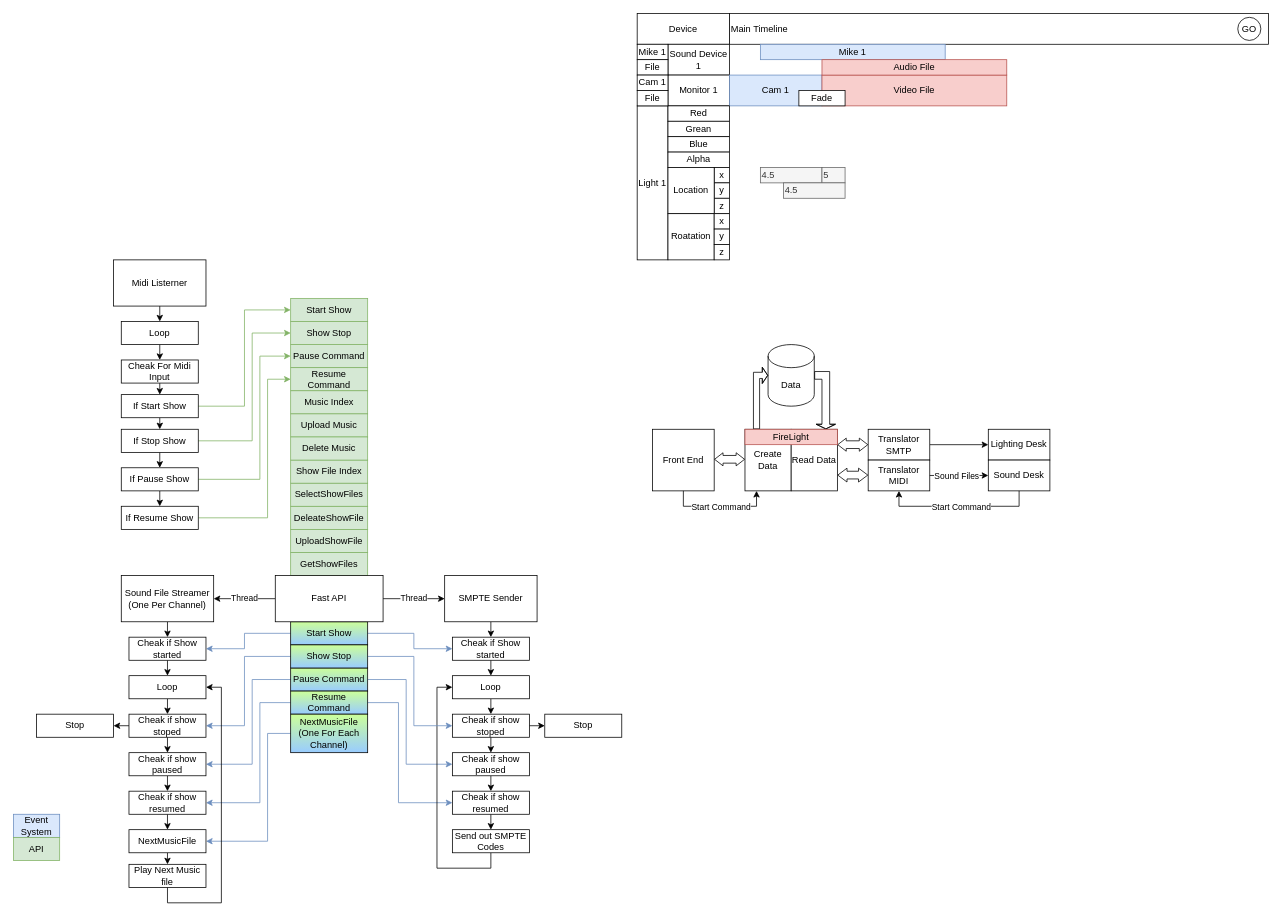
This is Mood Board.drawio from Firelight-Stage-Systems/Firelight-Stage-Systems, a draw.io file, before an edit. Source tidied: cells renumbered, new cells numbered last; positions are measured from the earlier drawing's top-left corner, leaving out a move shared by most shapes. Both pictures are drawn from the tidied source at 77%, with x=0, y=0 at pixel (13, 13).
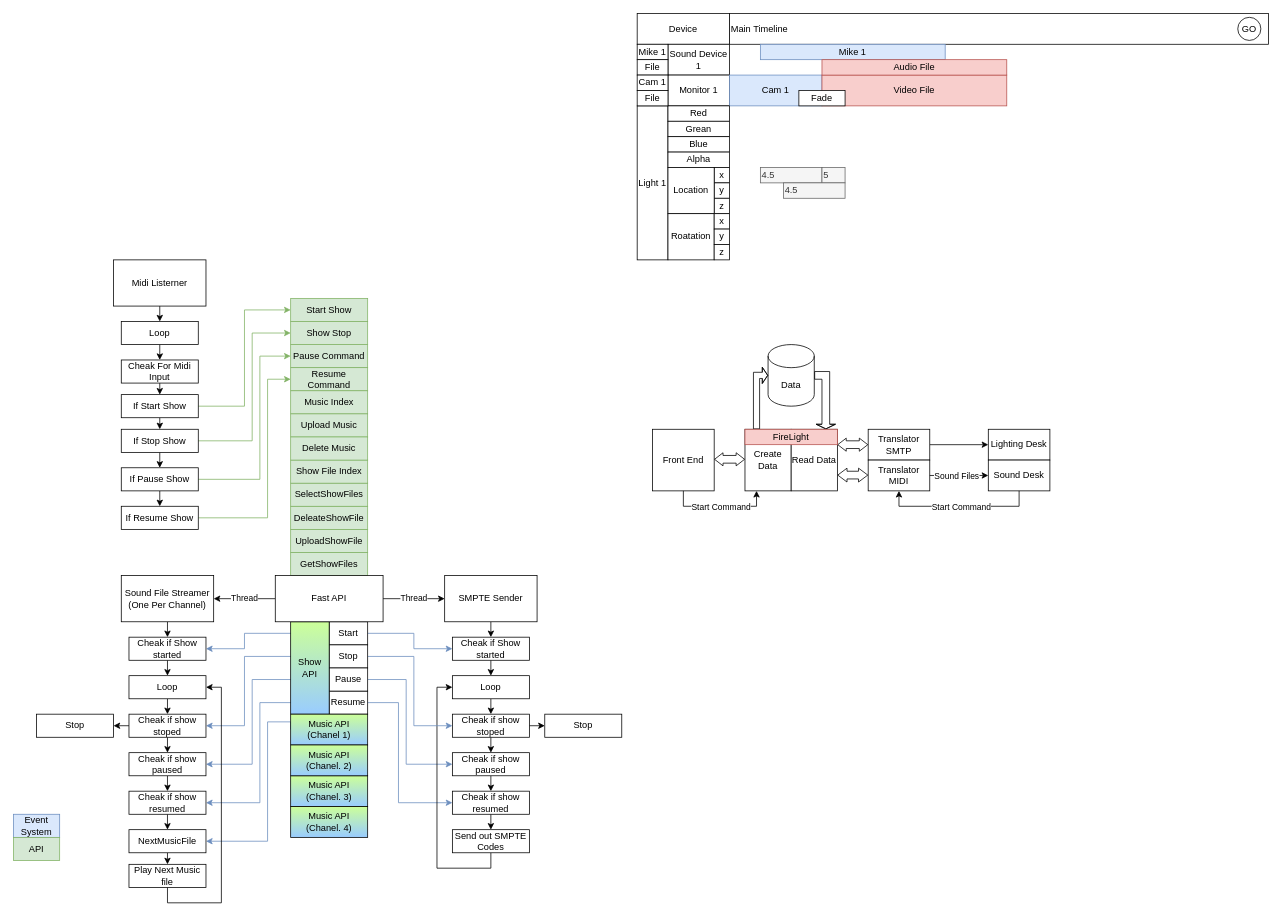
After the change.

Commit message:
Update API Defanition

The change refers to these unchanged cells:
```xml
<mxCell id="67" value="Cheak if Show started" style="rounded=0;whiteSpace=wrap;html=1;" parent="1" vertex="1">
  <mxGeometry x="570" y="810" width="100" height="30" as="geometry" />
</mxCell>
<mxCell id="74" value="Cheak if show stoped" style="rounded=0;whiteSpace=wrap;html=1;" parent="1" vertex="1">
  <mxGeometry x="570" y="910" width="100" height="30" as="geometry" />
</mxCell>
<mxCell id="76" value="Cheak if show paused" style="rounded=0;whiteSpace=wrap;html=1;" parent="1" vertex="1">
  <mxGeometry x="570" y="960" width="100" height="30" as="geometry" />
</mxCell>
<mxCell id="82" value="Cheak if show resumed" style="rounded=0;whiteSpace=wrap;html=1;" parent="1" vertex="1">
  <mxGeometry x="570" y="1010" width="100" height="30" as="geometry" />
</mxCell>
<mxCell id="88" value="Cheak if Show started" style="rounded=0;whiteSpace=wrap;html=1;" parent="1" vertex="1">
  <mxGeometry x="150" y="810" width="100" height="30" as="geometry" />
</mxCell>
<mxCell id="93" value="Cheak if show stoped" style="rounded=0;whiteSpace=wrap;html=1;" parent="1" vertex="1">
  <mxGeometry x="150" y="910" width="100" height="30" as="geometry" />
</mxCell>
<mxCell id="95" value="Cheak if show paused" style="rounded=0;whiteSpace=wrap;html=1;" parent="1" vertex="1">
  <mxGeometry x="150" y="960" width="100" height="30" as="geometry" />
</mxCell>
<mxCell id="98" value="Cheak if show resumed" style="rounded=0;whiteSpace=wrap;html=1;" parent="1" vertex="1">
  <mxGeometry x="150" y="1010" width="100" height="30" as="geometry" />
</mxCell>
<mxCell id="100" value="NextMusicFile" style="rounded=0;whiteSpace=wrap;html=1;" parent="1" vertex="1">
  <mxGeometry x="150" y="1060" width="100" height="30" as="geometry" />
</mxCell>
```

The edit, as a diff of the source:
```diff
@@
-    <mxCell id="55" style="edgeStyle=orthogonalEdgeStyle;rounded=0;jettySize=auto;html=1;exitX=1;exitY=0.5;exitDx=0;exitDy=0;entryX=0;entryY=0.5;entryDx=0;entryDy=0;fillColor=#dae8fc;strokeColor=#6c8ebf;" parent="1" edge="1" source="57" target="67">
+    <mxCell id="55" style="edgeStyle=orthogonalEdgeStyle;rounded=0;jettySize=auto;html=1;exitX=1;exitY=0.5;exitDx=0;exitDy=0;entryX=0;entryY=0.5;entryDx=0;entryDy=0;fillColor=#dae8fc;strokeColor=#6c8ebf;startArrow=none;" parent="1" edge="1" source="136" target="67">
       <mxGeometry relative="1" as="geometry">
         <Array as="points">
           <mxPoint x="520" y="805" />
           <mxPoint x="520" y="825" />
         </Array>
       </mxGeometry>
     </mxCell>
-    <mxCell id="56" style="edgeStyle=orthogonalEdgeStyle;rounded=0;jettySize=auto;html=1;exitX=0;exitY=0.5;exitDx=0;exitDy=0;entryX=1;entryY=0.5;entryDx=0;entryDy=0;fillColor=#dae8fc;strokeColor=#6c8ebf;" parent="1" edge="1" source="57" target="88">
+    <mxCell id="56" style="edgeStyle=orthogonalEdgeStyle;rounded=0;jettySize=auto;html=1;exitX=0;exitY=0.5;exitDx=0;exitDy=0;entryX=1;entryY=0.5;entryDx=0;entryDy=0;fillColor=#dae8fc;strokeColor=#6c8ebf;" parent="1" edge="1" source="136" target="88">
       <mxGeometry relative="1" as="geometry">
         <Array as="points">
           <mxPoint x="300" y="805" />
           <mxPoint x="300" y="825" />
         </Array>
       </mxGeometry>
     </mxCell>
-    <mxCell id="57" value="Start Show" style="rounded=0;whiteSpace=wrap;html=1;gradientColor=#99CCFF;fillColor=#CCFF99;" parent="1" vertex="1">
-      <mxGeometry x="360" y="790" width="100" height="30" as="geometry" />
-    </mxCell>
-    <mxCell id="58" style="edgeStyle=orthogonalEdgeStyle;rounded=0;jettySize=auto;html=1;exitX=1;exitY=0.5;exitDx=0;exitDy=0;entryX=0;entryY=0.5;entryDx=0;entryDy=0;fillColor=#dae8fc;strokeColor=#6c8ebf;" parent="1" edge="1" source="60" target="76">
+    <mxCell id="58" style="edgeStyle=orthogonalEdgeStyle;rounded=0;jettySize=auto;html=1;exitX=1;exitY=0.5;exitDx=0;exitDy=0;entryX=0;entryY=0.5;entryDx=0;entryDy=0;fillColor=#dae8fc;strokeColor=#6c8ebf;startArrow=none;" parent="1" edge="1" source="140" target="76">
       <mxGeometry relative="1" as="geometry">
         <Array as="points">
           <mxPoint x="510" y="865" />
           <mxPoint x="510" y="975" />
         </Array>
       </mxGeometry>
     </mxCell>
-    <mxCell id="59" style="edgeStyle=orthogonalEdgeStyle;rounded=0;jettySize=auto;html=1;exitX=0;exitY=0.5;exitDx=0;exitDy=0;entryX=1;entryY=0.5;entryDx=0;entryDy=0;fillColor=#dae8fc;strokeColor=#6c8ebf;" parent="1" edge="1" source="60" target="95">
+    <mxCell id="59" style="edgeStyle=orthogonalEdgeStyle;rounded=0;jettySize=auto;html=1;exitX=0;exitY=0.5;exitDx=0;exitDy=0;entryX=1;entryY=0.5;entryDx=0;entryDy=0;fillColor=#dae8fc;strokeColor=#6c8ebf;" parent="1" edge="1" source="140" target="95">
       <mxGeometry relative="1" as="geometry">
         <Array as="points">
           <mxPoint x="310" y="865" />
           <mxPoint x="310" y="975" />
         </Array>
       </mxGeometry>
     </mxCell>
-    <mxCell id="60" value="Pause Command" style="rounded=0;whiteSpace=wrap;html=1;gradientColor=#99CCFF;fillColor=#CCFF99;" parent="1" vertex="1">
-      <mxGeometry x="360" y="850" width="100" height="30" as="geometry" />
-    </mxCell>
-    <mxCell id="61" style="edgeStyle=orthogonalEdgeStyle;rounded=0;jettySize=auto;html=1;exitX=1;exitY=0.5;exitDx=0;exitDy=0;entryX=0;entryY=0.5;entryDx=0;entryDy=0;fillColor=#dae8fc;strokeColor=#6c8ebf;" parent="1" edge="1" source="63" target="82">
+    <mxCell id="61" style="edgeStyle=orthogonalEdgeStyle;rounded=0;jettySize=auto;html=1;exitX=1;exitY=0.5;exitDx=0;exitDy=0;entryX=0;entryY=0.5;entryDx=0;entryDy=0;fillColor=#dae8fc;strokeColor=#6c8ebf;" parent="1" edge="1" source="135" target="82">
       <mxGeometry relative="1" as="geometry">
         <Array as="points">
           <mxPoint x="500" y="895" />
           <mxPoint x="500" y="1025" />
         </Array>
       </mxGeometry>
     </mxCell>
-    <mxCell id="62" style="edgeStyle=orthogonalEdgeStyle;rounded=0;jettySize=auto;html=1;exitX=0;exitY=0.5;exitDx=0;exitDy=0;entryX=1;entryY=0.5;entryDx=0;entryDy=0;fillColor=#dae8fc;strokeColor=#6c8ebf;" parent="1" edge="1" source="63" target="98">
+    <mxCell id="62" style="edgeStyle=orthogonalEdgeStyle;rounded=0;jettySize=auto;html=1;exitX=0;exitY=0.5;exitDx=0;exitDy=0;entryX=1;entryY=0.5;entryDx=0;entryDy=0;fillColor=#dae8fc;strokeColor=#6c8ebf;" parent="1" edge="1" source="135" target="98">
       <mxGeometry relative="1" as="geometry">
         <Array as="points">
           <mxPoint x="320" y="895" />
           <mxPoint x="320" y="1025" />
         </Array>
       </mxGeometry>
     </mxCell>
-    <mxCell id="63" value="Resume Command" style="rounded=0;whiteSpace=wrap;html=1;gradientColor=#99CCFF;fillColor=#CCFF99;" parent="1" vertex="1">
-      <mxGeometry x="360" y="880" width="100" height="30" as="geometry" />
-    </mxCell>
@@
-    <mxCell id="77" style="edgeStyle=orthogonalEdgeStyle;rounded=0;jettySize=auto;html=1;exitX=1;exitY=0.5;exitDx=0;exitDy=0;entryX=0;entryY=0.5;entryDx=0;entryDy=0;fillColor=#dae8fc;strokeColor=#6c8ebf;" parent="1" edge="1" source="79" target="74">
+    <mxCell id="77" style="edgeStyle=orthogonalEdgeStyle;rounded=0;jettySize=auto;html=1;exitX=1;exitY=0.5;exitDx=0;exitDy=0;entryX=0;entryY=0.5;entryDx=0;entryDy=0;fillColor=#dae8fc;strokeColor=#6c8ebf;startArrow=none;" parent="1" edge="1" source="138" target="74">
       <mxGeometry relative="1" as="geometry">
         <Array as="points">
           <mxPoint x="520" y="835" />
           <mxPoint x="520" y="925" />
         </Array>
       </mxGeometry>
     </mxCell>
-    <mxCell id="78" style="edgeStyle=orthogonalEdgeStyle;rounded=0;jettySize=auto;html=1;exitX=0;exitY=0.5;exitDx=0;exitDy=0;entryX=1;entryY=0.5;entryDx=0;entryDy=0;fillColor=#dae8fc;strokeColor=#6c8ebf;" parent="1" edge="1" source="79" target="93">
+    <mxCell id="78" style="edgeStyle=orthogonalEdgeStyle;rounded=0;jettySize=auto;html=1;exitX=0;exitY=0.5;exitDx=0;exitDy=0;entryX=1;entryY=0.5;entryDx=0;entryDy=0;fillColor=#dae8fc;strokeColor=#6c8ebf;" parent="1" edge="1" source="138" target="93">
       <mxGeometry relative="1" as="geometry">
         <Array as="points">
           <mxPoint x="300" y="835" />
           <mxPoint x="300" y="925" />
         </Array>
       </mxGeometry>
     </mxCell>
-    <mxCell id="79" value="Show Stop" style="rounded=0;whiteSpace=wrap;html=1;gradientColor=#99CCFF;fillColor=#CCFF99;" parent="1" vertex="1">
-      <mxGeometry x="360" y="820" width="100" height="30" as="geometry" />
-    </mxCell>
@@
-    <mxCell id="83" style="edgeStyle=orthogonalEdgeStyle;rounded=0;jettySize=auto;html=1;exitX=0;exitY=0.5;exitDx=0;exitDy=0;entryX=1;entryY=0.5;entryDx=0;entryDy=0;fillColor=#dae8fc;strokeColor=#6c8ebf;" parent="1" edge="1" source="84" target="100">
+    <mxCell id="83" style="edgeStyle=orthogonalEdgeStyle;rounded=0;jettySize=auto;html=1;exitX=0;exitY=0.5;exitDx=0;exitDy=0;entryX=1;entryY=0.5;entryDx=0;entryDy=0;fillColor=#dae8fc;strokeColor=#6c8ebf;" parent="1" edge="1" source="142" target="100">
       <mxGeometry relative="1" as="geometry">
         <Array as="points">
-          <mxPoint x="330" y="935" />
+          <mxPoint x="360" y="920" />
+          <mxPoint x="330" y="920" />
           <mxPoint x="330" y="1075" />
         </Array>
       </mxGeometry>
     </mxCell>
-    <mxCell id="84" value="&lt;div&gt;NextMusicFile&lt;/div&gt;(One For Each Channel)" style="rounded=0;whiteSpace=wrap;html=1;gradientColor=#99CCFF;fillColor=#CCFF99;" parent="1" vertex="1">
-      <mxGeometry x="360" y="910" width="100" height="50" as="geometry" />
-    </mxCell>
@@
+    <mxCell id="135" value="Resume" style="rounded=0;whiteSpace=wrap;html=1;" parent="1" vertex="1">
+      <mxGeometry x="410" y="880" width="50" height="30" as="geometry" />
+    </mxCell>
+    <mxCell id="136" value="Start" style="rounded=0;whiteSpace=wrap;html=1;" parent="1" vertex="1">
+      <mxGeometry x="410" y="790" width="50" height="30" as="geometry" />
+    </mxCell>
+    <mxCell id="137" style="edgeStyle=orthogonalEdgeStyle;rounded=0;orthogonalLoop=1;jettySize=auto;html=1;exitX=1;exitY=0.5;exitDx=0;exitDy=0;fillColor=#dae8fc;strokeColor=#6c8ebf;endArrow=none;" parent="1" edge="1">
+      <mxGeometry relative="1" as="geometry">
+        <mxPoint x="460" y="805" as="sourcePoint" />
+        <mxPoint x="460" y="805" as="targetPoint" />
+      </mxGeometry>
+    </mxCell>
+    <mxCell id="138" value="&lt;div&gt;Stop&lt;/div&gt;" style="rounded=0;whiteSpace=wrap;html=1;" parent="1" vertex="1">
+      <mxGeometry x="410" y="820" width="50" height="30" as="geometry" />
+    </mxCell>
+    <mxCell id="139" style="edgeStyle=orthogonalEdgeStyle;rounded=0;jettySize=auto;html=1;exitX=1;exitY=0.5;exitDx=0;exitDy=0;entryX=1;entryY=0.5;entryDx=0;entryDy=0;fillColor=#dae8fc;strokeColor=#6c8ebf;endArrow=none;" parent="1" edge="1" target="138">
+      <mxGeometry relative="1" as="geometry">
+        <mxPoint x="460" y="835" as="sourcePoint" />
+      </mxGeometry>
+    </mxCell>
+    <mxCell id="140" value="Pause" style="rounded=0;whiteSpace=wrap;html=1;" parent="1" vertex="1">
+      <mxGeometry x="410" y="850" width="50" height="30" as="geometry" />
+    </mxCell>
+    <mxCell id="141" value="Show API" style="rounded=0;whiteSpace=wrap;html=1;fillColor=#CCFF99;gradientColor=#99CCFF;" parent="1" vertex="1">
+      <mxGeometry x="360" y="790" width="50" height="120" as="geometry" />
+    </mxCell>
@@
+    <mxCell id="142" value="&lt;div&gt;Music API&lt;/div&gt;&lt;div&gt;(Chanel 1)&lt;/div&gt;" style="rounded=0;whiteSpace=wrap;html=1;fillColor=#CCFF99;gradientColor=#99CCFF;" parent="1" vertex="1">
+      <mxGeometry x="360" y="910" width="100" height="40" as="geometry" />
+    </mxCell>
+    <mxCell id="143" value="&lt;div&gt;Music API&lt;/div&gt;&lt;div&gt;(Chanel. 3)&lt;/div&gt;" style="rounded=0;whiteSpace=wrap;html=1;fillColor=#CCFF99;gradientColor=#99CCFF;" parent="1" vertex="1">
+      <mxGeometry x="360" y="990" width="100" height="40" as="geometry" />
+    </mxCell>
+    <mxCell id="144" value="&lt;div&gt;Music API&lt;/div&gt;&lt;div&gt;(Chanel. 2)&lt;/div&gt;" style="rounded=0;whiteSpace=wrap;html=1;fillColor=#CCFF99;gradientColor=#99CCFF;" parent="1" vertex="1">
+      <mxGeometry x="360" y="950" width="100" height="40" as="geometry" />
+    </mxCell>
+    <mxCell id="145" value="&lt;div&gt;Music API&lt;/div&gt;&lt;div&gt;(Chanel. 4)&lt;/div&gt;" style="rounded=0;whiteSpace=wrap;html=1;fillColor=#CCFF99;gradientColor=#99CCFF;" parent="1" vertex="1">
+      <mxGeometry x="360" y="1030" width="100" height="40" as="geometry" />
+    </mxCell>
```
